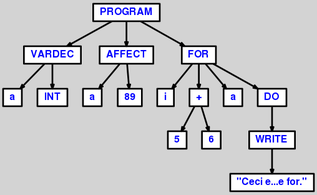
Before: AST/ASTfor.png, a diagram exported from Graphviz (AOSauron/compiler-clooc). Its source is kept beside it as AST/ASTfor.dot. The source it was exported from:
```dot
digraph {

	ordering=out;
	ranksep=.4;
	bgcolor="lightgrey"; node [shape=box, fixedsize=false, fontsize=12, fontname="Helvetica-bold", fontcolor="blue"
		width=.25, height=.25, color="black", fillcolor="white", style="filled, solid, bold"];
	edge [arrowsize=.5, color="black", style="bold"]

  n0 [label="PROGRAM"];
  n1 [label="VARDEC"];
  n1 [label="VARDEC"];
  n2 [label="a"];
  n3 [label="INT"];
  n4 [label="AFFECT"];
  n4 [label="AFFECT"];
  n5 [label="a"];
  n6 [label="89"];
  n7 [label="FOR"];
  n7 [label="FOR"];
  n8 [label="i"];
  n9 [label="+"];
  n9 [label="+"];
  n10 [label="5"];
  n11 [label="6"];
  n12 [label="a"];
  n13 [label="DO"];
  n13 [label="DO"];
  n14 [label="WRITE"];
  n14 [label="WRITE"];
  n15 [label="\"Ceci e...e for.\""];

  n0 -> n1 // "PROGRAM" -> "VARDEC"
  n1 -> n2 // "VARDEC" -> "a"
  n1 -> n3 // "VARDEC" -> "INT"
  n0 -> n4 // "PROGRAM" -> "AFFECT"
  n4 -> n5 // "AFFECT" -> "a"
  n4 -> n6 // "AFFECT" -> "89"
  n0 -> n7 // "PROGRAM" -> "FOR"
  n7 -> n8 // "FOR" -> "i"
  n7 -> n9 // "FOR" -> "+"
  n9 -> n10 // "+" -> "5"
  n9 -> n11 // "+" -> "6"
  n7 -> n12 // "FOR" -> "a"
  n7 -> n13 // "FOR" -> "DO"
  n13 -> n14 // "DO" -> "WRITE"
  n14 -> n15 // "WRITE" -> "\"Ceci e...e for.\""

}
```
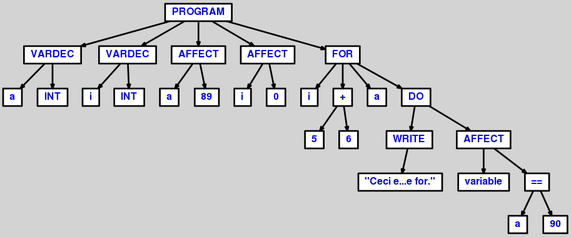
After the commit.

What changed in the source:
```diff
@@ -11,38 +11,64 @@
   n1 [label="VARDEC"];
   n2 [label="a"];
   n3 [label="INT"];
-  n4 [label="AFFECT"];
-  n4 [label="AFFECT"];
-  n5 [label="a"];
-  n6 [label="89"];
-  n7 [label="FOR"];
-  n7 [label="FOR"];
-  n8 [label="i"];
-  n9 [label="+"];
-  n9 [label="+"];
-  n10 [label="5"];
-  n11 [label="6"];
-  n12 [label="a"];
-  n13 [label="DO"];
-  n13 [label="DO"];
-  n14 [label="WRITE"];
-  n14 [label="WRITE"];
-  n15 [label="\"Ceci e...e for.\""];
+  n4 [label="VARDEC"];
+  n4 [label="VARDEC"];
+  n5 [label="i"];
+  n6 [label="INT"];
+  n7 [label="AFFECT"];
+  n7 [label="AFFECT"];
+  n8 [label="a"];
+  n9 [label="89"];
+  n10 [label="AFFECT"];
+  n10 [label="AFFECT"];
+  n11 [label="i"];
+  n12 [label="0"];
+  n13 [label="FOR"];
+  n13 [label="FOR"];
+  n14 [label="i"];
+  n15 [label="+"];
+  n15 [label="+"];
+  n16 [label="5"];
+  n17 [label="6"];
+  n18 [label="a"];
+  n19 [label="DO"];
+  n19 [label="DO"];
+  n20 [label="WRITE"];
+  n20 [label="WRITE"];
+  n21 [label="\"Ceci e...e for.\""];
+  n22 [label="AFFECT"];
+  n22 [label="AFFECT"];
+  n23 [label="variable"];
+  n24 [label="=="];
+  n24 [label="=="];
+  n25 [label="a"];
+  n26 [label="90"];
 
   n0 -> n1 // "PROGRAM" -> "VARDEC"
   n1 -> n2 // "VARDEC" -> "a"
   n1 -> n3 // "VARDEC" -> "INT"
-  n0 -> n4 // "PROGRAM" -> "AFFECT"
-  n4 -> n5 // "AFFECT" -> "a"
-  n4 -> n6 // "AFFECT" -> "89"
-  n0 -> n7 // "PROGRAM" -> "FOR"
-  n7 -> n8 // "FOR" -> "i"
-  n7 -> n9 // "FOR" -> "+"
-  n9 -> n10 // "+" -> "5"
-  n9 -> n11 // "+" -> "6"
-  n7 -> n12 // "FOR" -> "a"
-  n7 -> n13 // "FOR" -> "DO"
-  n13 -> n14 // "DO" -> "WRITE"
-  n14 -> n15 // "WRITE" -> "\"Ceci e...e for.\""
+  n0 -> n4 // "PROGRAM" -> "VARDEC"
+  n4 -> n5 // "VARDEC" -> "i"
+  n4 -> n6 // "VARDEC" -> "INT"
+  n0 -> n7 // "PROGRAM" -> "AFFECT"
+  n7 -> n8 // "AFFECT" -> "a"
+  n7 -> n9 // "AFFECT" -> "89"
+  n0 -> n10 // "PROGRAM" -> "AFFECT"
+  n10 -> n11 // "AFFECT" -> "i"
+  n10 -> n12 // "AFFECT" -> "0"
+  n0 -> n13 // "PROGRAM" -> "FOR"
+  n13 -> n14 // "FOR" -> "i"
+  n13 -> n15 // "FOR" -> "+"
+  n15 -> n16 // "+" -> "5"
+  n15 -> n17 // "+" -> "6"
+  n13 -> n18 // "FOR" -> "a"
+  n13 -> n19 // "FOR" -> "DO"
+  n19 -> n20 // "DO" -> "WRITE"
+  n20 -> n21 // "WRITE" -> "\"Ceci e...e for.\""
+  n19 -> n22 // "DO" -> "AFFECT"
+  n22 -> n23 // "AFFECT" -> "variable"
+  n22 -> n24 // "AFFECT" -> "=="
+  n24 -> n25 // "==" -> "a"
+  n24 -> n26 // "==" -> "90"
 
 }
```
